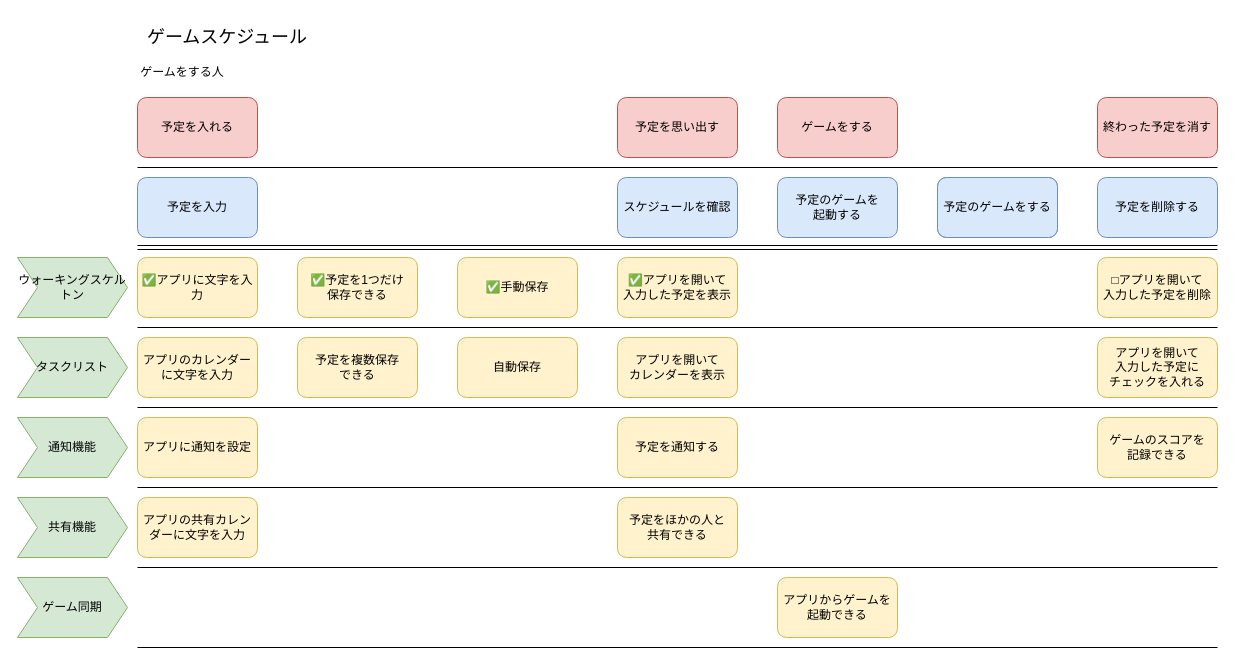
Before: docs/storymap.drawio in ituki0129/Game-memo, a draw.io diagram. Source tidied: cells renumbered, new cells numbered last; positions are measured from the earlier drawing's top-left corner, leaving out a move shared by most shapes. Both pictures are drawn from the tidied source at 100%, with x=0, y=0 at pixel (17, 17).
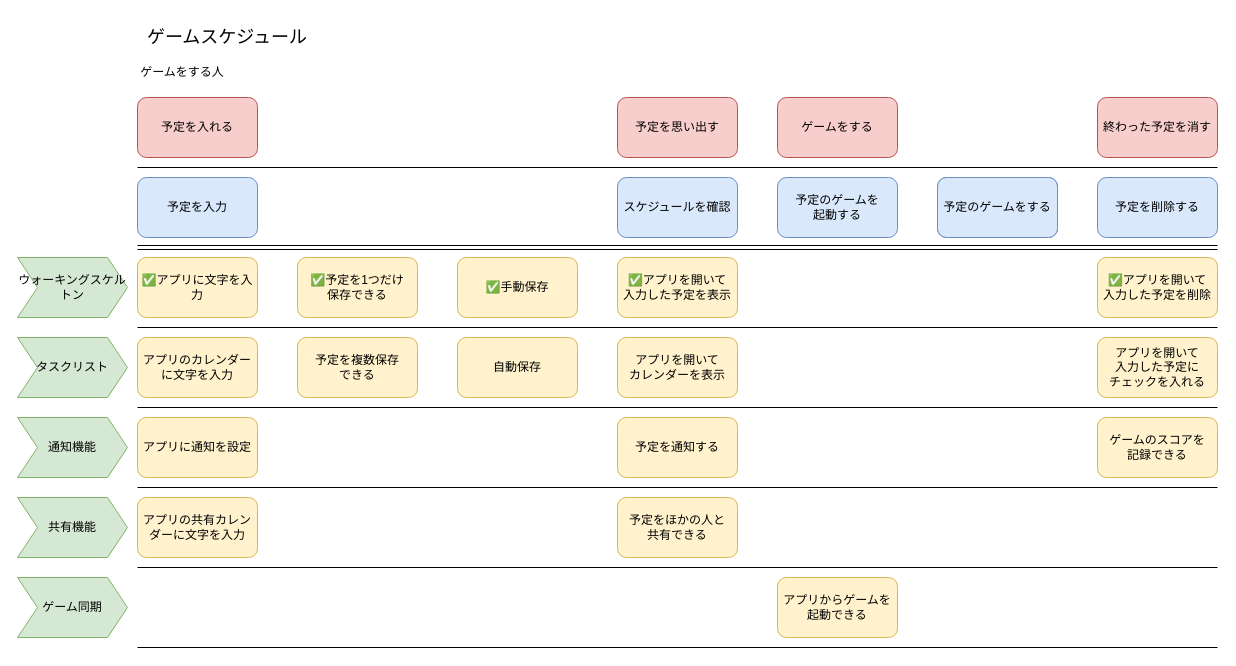
Above is the later version.

Diff of the diagram source:
```diff
@@
-    <mxCell id="22" value="□アプリを開いて&lt;div&gt;入力した予定を削除&lt;/div&gt;" style="rounded=1;whiteSpace=wrap;html=1;fillColor=#fff2cc;strokeColor=#d6b656;" parent="1" vertex="1">
+    <mxCell id="22" value="✅アプリを開いて&lt;div&gt;入力した予定を削除&lt;/div&gt;" style="rounded=1;whiteSpace=wrap;html=1;fillColor=#fff2cc;strokeColor=#d6b656;" parent="1" vertex="1">
       <mxGeometry x="1080" y="240" width="120" height="60" as="geometry" />
     </mxCell>
```
